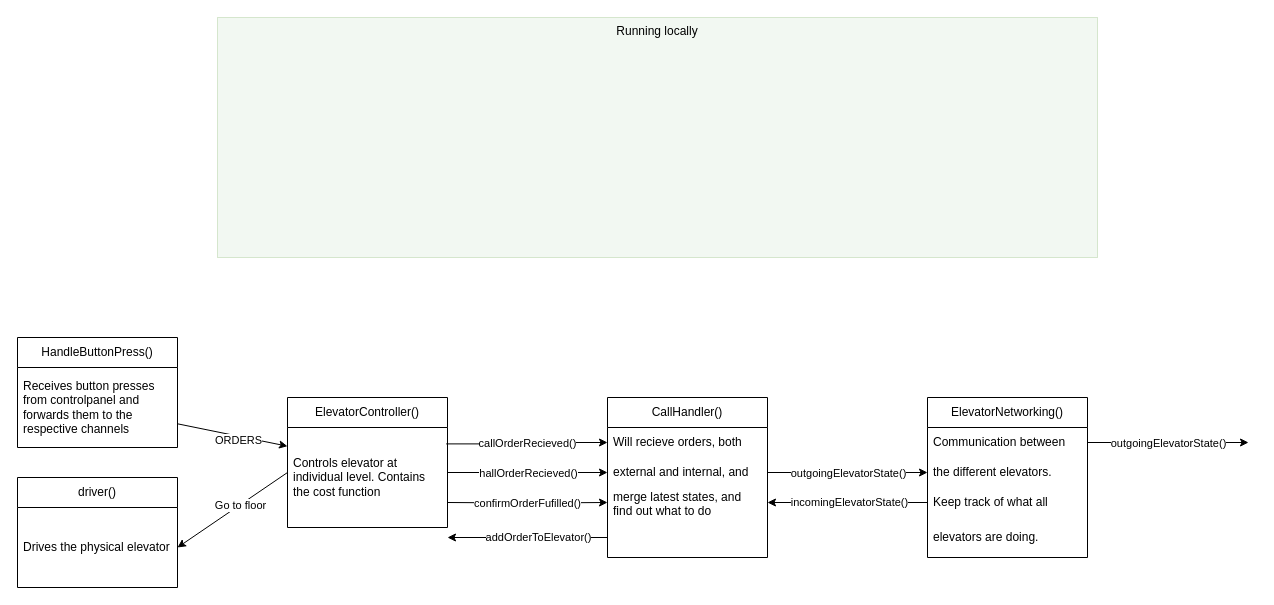
This is Documentation/planForProgram.drawio from jensmunkerud/ElevatorProject, a draw.io file, before an edit. Source tidied: cells renumbered, new cells numbered last; positions are measured from the earlier drawing's top-left corner, leaving out a move shared by most shapes. Both pictures are drawn from the tidied source at 100%, with x=0, y=0 at pixel (17, 17).
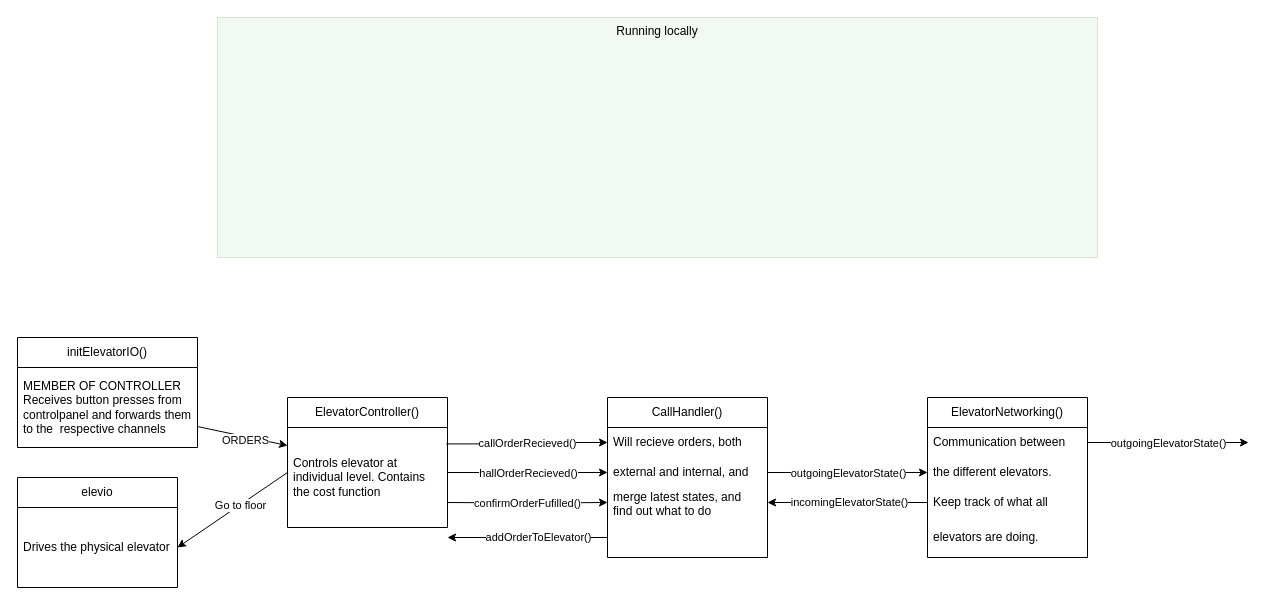
The same page after the edit.

Diff of the diagram source:
```diff
@@
-    <mxCell id="29" value="HandleButtonPress()" style="swimlane;fontStyle=0;horizontal=1;startSize=30;whiteSpace=wrap;html=1;" parent="1" vertex="1">
-      <mxGeometry y="320" width="160" height="110" as="geometry" />
+    <mxCell id="29" value="initElevatorIO()" style="swimlane;fontStyle=0;horizontal=1;startSize=30;whiteSpace=wrap;html=1;" parent="1" vertex="1">
+      <mxGeometry y="320" width="180" height="110" as="geometry" />
     </mxCell>
-    <mxCell id="30" value="Receives button presses from controlpanel and forwards them to the&amp;nbsp; respective channels&lt;span style=&quot;color: rgb(63, 63, 63); background-color: transparent;&quot;&gt;&amp;nbsp;&lt;/span&gt;" style="text;strokeColor=none;fillColor=none;align=left;verticalAlign=middle;spacingLeft=4;spacingRight=4;overflow=hidden;points=[[0,0.5],[1,0.5]];portConstraint=eastwest;whiteSpace=wrap;html=1;" parent="29" vertex="1">
-      <mxGeometry y="30" width="160" height="80" as="geometry" />
+    <mxCell id="30" value="&lt;div&gt;MEMBER OF CONTROLLER&lt;/div&gt;Receives button presses from controlpanel and forwards them to the&amp;nbsp; respective channels&lt;span style=&quot;color: rgb(63, 63, 63); background-color: transparent;&quot;&gt;&amp;nbsp;&lt;/span&gt;" style="text;strokeColor=none;fillColor=none;align=left;verticalAlign=middle;spacingLeft=4;spacingRight=4;overflow=hidden;points=[[0,0.5],[1,0.5]];portConstraint=eastwest;whiteSpace=wrap;html=1;" parent="29" vertex="1">
+      <mxGeometry y="30" width="180" height="80" as="geometry" />
     </mxCell>
@@
-    <mxCell id="33" value="driver()" style="swimlane;fontStyle=0;horizontal=1;startSize=30;whiteSpace=wrap;html=1;" parent="1" vertex="1">
+    <mxCell id="33" value="elevio" style="swimlane;fontStyle=0;horizontal=1;startSize=30;whiteSpace=wrap;html=1;" parent="1" vertex="1">
       <mxGeometry y="460" width="160" height="110" as="geometry" />
     </mxCell>
```
